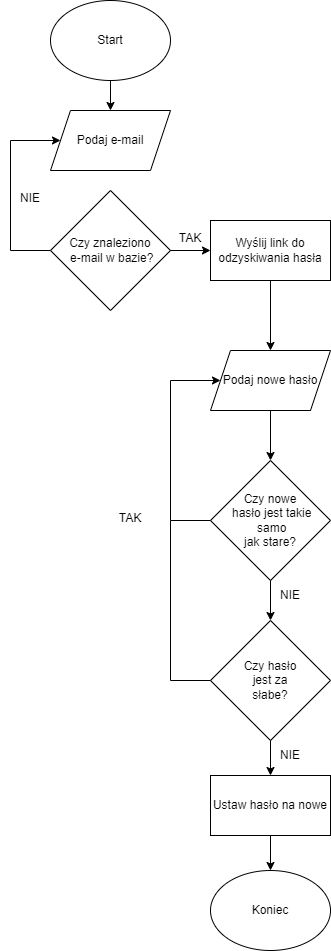
This is lab3/odzyskaj_haslo.png from P0wir/164421_fakultatywny, a draw.io export, as it was before one commit. Source tidied: cells renumbered, new cells last; positions are measured from the earlier drawing's top-left corner, leaving out a move shared by most shapes. Source of this version:
```xml
<mxGraphModel>
  <root>
    <mxCell id="0" />
    <mxCell id="1" parent="0" />
    <mxCell id="2" value="Czy znaleziono&lt;div&gt;&amp;nbsp;e-mail w bazie?&lt;/div&gt;" style="rhombus;whiteSpace=wrap;html=1;" parent="1" vertex="1">
      <mxGeometry x="50" y="190" width="120" height="120" as="geometry" />
    </mxCell>
    <mxCell id="3" value="Wyślij link do odzyskiwania hasła" style="rounded=0;whiteSpace=wrap;html=1;" parent="1" vertex="1">
      <mxGeometry x="210" y="220" width="120" height="60" as="geometry" />
    </mxCell>
    <mxCell id="4" value="Podaj e-mail" style="shape=parallelogram;perimeter=parallelogramPerimeter;whiteSpace=wrap;html=1;fixedSize=1;" parent="1" vertex="1">
      <mxGeometry x="50" y="110" width="120" height="60" as="geometry" />
    </mxCell>
    <mxCell id="5" value="Start" style="ellipse;whiteSpace=wrap;html=1;" parent="1" vertex="1">
      <mxGeometry x="50" width="120" height="80" as="geometry" />
    </mxCell>
    <mxCell id="6" style="endArrow=none;html=1;rounded=0;exitX=0;exitY=0.5;exitDx=0;exitDy=0;" parent="1" edge="1" source="2">
      <mxGeometry relative="1" as="geometry">
        <mxPoint x="10" y="250" as="targetPoint" />
      </mxGeometry>
    </mxCell>
    <mxCell id="7" style="endArrow=none;html=1;rounded=0;" parent="1" edge="1">
      <mxGeometry relative="1" as="geometry">
        <mxPoint x="10" y="250" as="sourcePoint" />
        <mxPoint x="10" y="140" as="targetPoint" />
      </mxGeometry>
    </mxCell>
    <mxCell id="8" style="endArrow=classic;html=1;rounded=0;entryX=0;entryY=0.5;entryDx=0;entryDy=0;" parent="1" edge="1" target="4">
      <mxGeometry relative="1" as="geometry">
        <mxPoint x="10" y="140" as="sourcePoint" />
      </mxGeometry>
    </mxCell>
    <mxCell id="9" style="endArrow=classic;html=1;rounded=0;entryX=0.5;entryY=0;entryDx=0;entryDy=0;exitX=0.5;exitY=1;exitDx=0;exitDy=0;" parent="1" edge="1" source="5" target="4">
      <mxGeometry relative="1" as="geometry" />
    </mxCell>
    <mxCell id="10" style="endArrow=classic;html=1;rounded=0;exitX=1;exitY=0.5;exitDx=0;exitDy=0;entryX=0;entryY=0.5;entryDx=0;entryDy=0;" parent="1" edge="1" source="2" target="3">
      <mxGeometry relative="1" as="geometry" />
    </mxCell>
    <mxCell id="11" value="NIE&lt;div&gt;&lt;br&gt;&lt;/div&gt;" style="text;html=1;align=center;verticalAlign=middle;whiteSpace=wrap;rounded=0;" parent="1" vertex="1">
      <mxGeometry y="190" width="60" height="30" as="geometry" />
    </mxCell>
    <mxCell id="12" value="TAK&lt;div&gt;&lt;br&gt;&lt;/div&gt;" style="text;html=1;align=center;verticalAlign=middle;whiteSpace=wrap;rounded=0;" parent="1" vertex="1">
      <mxGeometry x="160" y="230" width="60" height="30" as="geometry" />
    </mxCell>
    <mxCell id="13" style="endArrow=classic;html=1;rounded=0;exitX=0.5;exitY=1;exitDx=0;exitDy=0;entryX=0.5;entryY=0;entryDx=0;entryDy=0;" parent="1" edge="1" source="3" target="14">
      <mxGeometry relative="1" as="geometry" />
    </mxCell>
    <mxCell id="14" value="Podaj nowe hasło" style="shape=parallelogram;perimeter=parallelogramPerimeter;whiteSpace=wrap;html=1;fixedSize=1;" parent="1" vertex="1">
      <mxGeometry x="210" y="350" width="120" height="60" as="geometry" />
    </mxCell>
    <mxCell id="15" style="endArrow=none;html=1;rounded=0;entryX=0.5;entryY=1;entryDx=0;entryDy=0;" parent="1" edge="1" target="14">
      <mxGeometry relative="1" as="geometry">
        <mxPoint x="310" y="410" as="sourcePoint" />
      </mxGeometry>
    </mxCell>
    <mxCell id="16" style="endArrow=classic;html=1;rounded=0;exitX=0.5;exitY=1;exitDx=0;exitDy=0;" parent="1" edge="1" source="14">
      <mxGeometry relative="1" as="geometry">
        <mxPoint x="270" y="460" as="targetPoint" />
      </mxGeometry>
    </mxCell>
    <mxCell id="17" value="&lt;div&gt;NIE&lt;/div&gt;" style="text;html=1;align=center;verticalAlign=middle;whiteSpace=wrap;rounded=0;" parent="1" vertex="1">
      <mxGeometry x="260" y="580" width="60" height="30" as="geometry" />
    </mxCell>
    <mxCell id="18" value="TAK&lt;div&gt;&lt;br&gt;&lt;/div&gt;" style="text;html=1;align=center;verticalAlign=middle;whiteSpace=wrap;rounded=0;" parent="1" vertex="1">
      <mxGeometry x="100" y="510" width="60" height="30" as="geometry" />
    </mxCell>
    <mxCell id="19" value="Czy hasło&lt;div&gt;&amp;nbsp;jest za&amp;nbsp;&lt;/div&gt;&lt;div&gt;słabe?&lt;/div&gt;" style="rhombus;whiteSpace=wrap;html=1;" parent="1" vertex="1">
      <mxGeometry x="210" y="620" width="120" height="120" as="geometry" />
    </mxCell>
    <mxCell id="20" value="Czy nowe&lt;div&gt;&amp;nbsp;hasło jest takie&lt;/div&gt;&lt;div&gt;&amp;nbsp;samo&lt;div&gt;jak stare?&lt;/div&gt;&lt;/div&gt;" style="rhombus;whiteSpace=wrap;html=1;" parent="1" vertex="1">
      <mxGeometry x="210" y="460" width="120" height="120" as="geometry" />
    </mxCell>
    <mxCell id="21" style="endArrow=none;html=1;rounded=0;exitX=0;exitY=0.5;exitDx=0;exitDy=0;" parent="1" edge="1" source="20">
      <mxGeometry relative="1" as="geometry">
        <mxPoint x="170" y="520" as="targetPoint" />
      </mxGeometry>
    </mxCell>
    <mxCell id="22" style="endArrow=classic;html=1;rounded=0;entryX=0;entryY=0.5;entryDx=0;entryDy=0;" parent="1" edge="1" target="14">
      <mxGeometry relative="1" as="geometry">
        <mxPoint x="170" y="380" as="sourcePoint" />
      </mxGeometry>
    </mxCell>
    <mxCell id="23" style="endArrow=none;html=1;rounded=0;" parent="1" edge="1">
      <mxGeometry relative="1" as="geometry">
        <mxPoint x="170" y="520" as="sourcePoint" />
        <mxPoint x="170" y="380" as="targetPoint" />
      </mxGeometry>
    </mxCell>
    <mxCell id="24" style="endArrow=classic;html=1;rounded=0;exitX=0.5;exitY=1;exitDx=0;exitDy=0;" parent="1" edge="1" source="20">
      <mxGeometry relative="1" as="geometry">
        <mxPoint x="270" y="620" as="targetPoint" />
      </mxGeometry>
    </mxCell>
    <mxCell id="25" style="endArrow=none;html=1;rounded=0;" parent="1" edge="1">
      <mxGeometry relative="1" as="geometry">
        <mxPoint x="210" y="680" as="sourcePoint" />
        <mxPoint x="170" y="680" as="targetPoint" />
      </mxGeometry>
    </mxCell>
    <mxCell id="26" style="endArrow=none;html=1;rounded=0;" parent="1" edge="1">
      <mxGeometry relative="1" as="geometry">
        <mxPoint x="170" y="680" as="sourcePoint" />
        <mxPoint x="170" y="520" as="targetPoint" />
      </mxGeometry>
    </mxCell>
    <mxCell id="27" style="endArrow=classic;html=1;rounded=0;exitX=0.5;exitY=1;exitDx=0;exitDy=0;entryX=0.5;entryY=0;entryDx=0;entryDy=0;" parent="1" edge="1" source="19" target="28">
      <mxGeometry relative="1" as="geometry" />
    </mxCell>
    <mxCell id="28" value="Ustaw hasło na nowe" style="rounded=0;whiteSpace=wrap;html=1;" parent="1" vertex="1">
      <mxGeometry x="210" y="775" width="120" height="60" as="geometry" />
    </mxCell>
    <mxCell id="29" value="&lt;div&gt;NIE&lt;/div&gt;" style="text;html=1;align=center;verticalAlign=middle;whiteSpace=wrap;rounded=0;" parent="1" vertex="1">
      <mxGeometry x="260" y="740" width="60" height="30" as="geometry" />
    </mxCell>
    <mxCell id="30" style="endArrow=classic;html=1;rounded=0;exitX=0.5;exitY=1;exitDx=0;exitDy=0;" parent="1" edge="1" source="28">
      <mxGeometry relative="1" as="geometry">
        <mxPoint x="270" y="870" as="targetPoint" />
      </mxGeometry>
    </mxCell>
    <mxCell id="31" value="Koniec" style="ellipse;whiteSpace=wrap;html=1;" parent="1" vertex="1">
      <mxGeometry x="210" y="870" width="120" height="80" as="geometry" />
    </mxCell>
  </root>
</mxGraphModel>
```
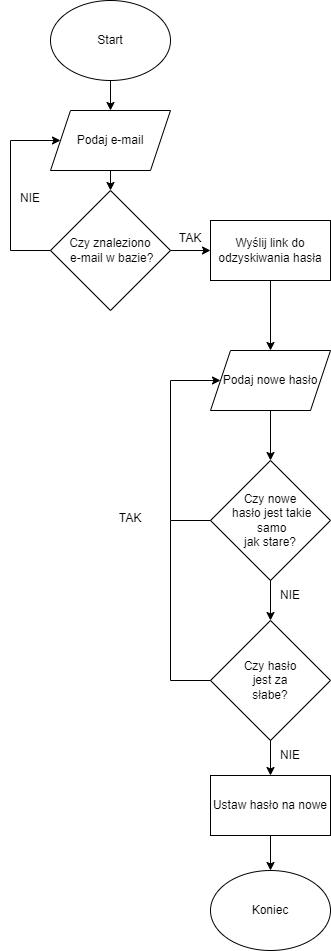
After the commit.

Change to the diagram source:
```diff
@@ -120,5 +120,8 @@
     <mxCell id="31" value="Koniec" style="ellipse;whiteSpace=wrap;html=1;" parent="1" vertex="1">
       <mxGeometry x="210" y="870" width="120" height="80" as="geometry" />
     </mxCell>
+    <mxCell id="32" style="endArrow=classic;html=1;rounded=0;exitX=0.5;exitY=1;exitDx=0;exitDy=0;entryX=0.5;entryY=0;entryDx=0;entryDy=0;" parent="1" edge="1" source="4" target="2">
+      <mxGeometry relative="1" as="geometry" />
+    </mxCell>
   </root>
 </mxGraphModel>
```
